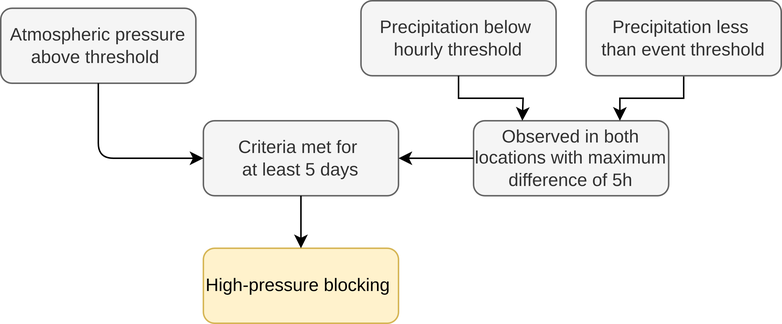
Earlier version of the draw.io export Figures/Figure2.png (FredrikBergelv/Relation-Between-High-Pressure-Blocking-and-Aerosol-Concentrations-in-Southern-Sweden). Source tidied: cells renumbered, new cells last; positions are measured from the earlier drawing's top-left corner, leaving out a move shared by most shapes. Source of this version:
```xml
<mxGraphModel>
  <root>
    <mxCell id="0" />
    <mxCell id="1" parent="0" />
    <mxCell id="2" value="&lt;font&gt;Atmospheric pressure above threshold&amp;nbsp;&lt;/font&gt;" style="rounded=1;whiteSpace=wrap;html=1;fillColor=#f5f5f5;fontColor=#333333;strokeColor=#666666;fontFamily=Arial;fontSource=https%3A%2F%2Ffonts.googleapis.com%2Fcss%3Ffamily%3DArial;" parent="1" vertex="1">
      <mxGeometry y="5" width="130" height="50" as="geometry" />
    </mxCell>
    <mxCell id="3" value="&lt;font&gt;Criteria met&amp;nbsp;&lt;/font&gt;&lt;span style=&quot;background-color: transparent; color: light-dark(rgb(51, 51, 51), rgb(193, 193, 193));&quot;&gt;for&amp;nbsp;&lt;/span&gt;&lt;div&gt;&lt;span style=&quot;background-color: transparent; color: light-dark(rgb(51, 51, 51), rgb(193, 193, 193));&quot;&gt;at least 5 days&lt;/span&gt;&lt;/div&gt;" style="rounded=1;whiteSpace=wrap;html=1;fillColor=#f5f5f5;fontColor=#333333;strokeColor=#666666;fontFamily=Arial;fontSource=https%3A%2F%2Ffonts.googleapis.com%2Fcss%3Ffamily%3DArial;" parent="1" vertex="1">
      <mxGeometry x="135" y="80" width="130" height="50" as="geometry" />
    </mxCell>
    <mxCell id="4" value="&lt;font&gt;Precipitation&amp;nbsp;&lt;/font&gt;&lt;span style=&quot;background-color: transparent; color: light-dark(rgb(51, 51, 51), rgb(193, 193, 193));&quot;&gt;below&amp;nbsp;&lt;/span&gt;&lt;div&gt;&lt;font&gt;hourly threshold&lt;/font&gt;&lt;/div&gt;" style="rounded=1;whiteSpace=wrap;html=1;fillColor=#f5f5f5;fontColor=#333333;strokeColor=#666666;fontFamily=Arial;fontSource=https%3A%2F%2Ffonts.googleapis.com%2Fcss%3Ffamily%3DArial;" parent="1" vertex="1">
      <mxGeometry x="240" width="130" height="50" as="geometry" />
    </mxCell>
    <mxCell id="5" value="&lt;font&gt;Observed in both locations with maximum difference of 5h&lt;/font&gt;" style="rounded=1;whiteSpace=wrap;html=1;fillColor=#f5f5f5;fontColor=#333333;strokeColor=#666666;fontFamily=Arial;fontSource=https%3A%2F%2Ffonts.googleapis.com%2Fcss%3Ffamily%3DArial;" parent="1" vertex="1">
      <mxGeometry x="315" y="80" width="130" height="50" as="geometry" />
    </mxCell>
    <mxCell id="6" value="&lt;font&gt;High-pressure blocking&amp;nbsp;&lt;/font&gt;" style="rounded=1;whiteSpace=wrap;html=1;fillColor=#fff2cc;strokeColor=#d6b656;fontFamily=Arial;fontSource=https%3A%2F%2Ffonts.googleapis.com%2Fcss%3Ffamily%3DArial;" parent="1" vertex="1">
      <mxGeometry x="135" y="165" width="130" height="50" as="geometry" />
    </mxCell>
    <mxCell id="7" style="endArrow=classic;html=1;rounded=0;exitX=0.5;exitY=1;exitDx=0;exitDy=0;entryX=0.5;entryY=0;entryDx=0;entryDy=0;fontFamily=Arial;fontSource=https%3A%2F%2Ffonts.googleapis.com%2Fcss%3Ffamily%3DArial;" parent="1" edge="1" source="3" target="6">
      <mxGeometry relative="1" as="geometry" />
    </mxCell>
    <mxCell id="8" style="endArrow=classic;html=1;rounded=0;exitX=0.5;exitY=1;exitDx=0;exitDy=0;entryX=0.25;entryY=0;entryDx=0;entryDy=0;fontFamily=Arial;fontSource=https%3A%2F%2Ffonts.googleapis.com%2Fcss%3Ffamily%3DArial;" parent="1" edge="1" source="4" target="5">
      <mxGeometry relative="1" as="geometry">
        <Array as="points">
          <mxPoint x="305" y="65" />
          <mxPoint x="348" y="65" />
        </Array>
      </mxGeometry>
    </mxCell>
    <mxCell id="9" style="endArrow=classic;html=1;rounded=1;exitX=0.5;exitY=1;exitDx=0;exitDy=0;entryX=0;entryY=0.5;entryDx=0;entryDy=0;curved=0;fontFamily=Arial;fontSource=https%3A%2F%2Ffonts.googleapis.com%2Fcss%3Ffamily%3DArial;" parent="1" edge="1" source="2" target="3">
      <mxGeometry relative="1" as="geometry">
        <Array as="points">
          <mxPoint x="65" y="105" />
        </Array>
      </mxGeometry>
    </mxCell>
    <mxCell id="10" style="endArrow=classic;html=1;rounded=1;exitX=0;exitY=0.5;exitDx=0;exitDy=0;curved=0;entryX=1;entryY=0.5;entryDx=0;entryDy=0;fontFamily=Arial;fontSource=https%3A%2F%2Ffonts.googleapis.com%2Fcss%3Ffamily%3DArial;" parent="1" edge="1" source="5" target="3">
      <mxGeometry relative="1" as="geometry" />
    </mxCell>
    <mxCell id="11" style="edgeStyle=orthogonalEdgeStyle;rounded=0;jettySize=auto;html=1;entryX=0.75;entryY=0;entryDx=0;entryDy=0;fontFamily=Arial;fontSource=https%3A%2F%2Ffonts.googleapis.com%2Fcss%3Ffamily%3DArial;" parent="1" edge="1" source="12" target="5">
      <mxGeometry relative="1" as="geometry">
        <Array as="points">
          <mxPoint x="455" y="65" />
          <mxPoint x="412" y="65" />
        </Array>
      </mxGeometry>
    </mxCell>
    <mxCell id="12" value="&lt;font&gt;Precipitation&amp;nbsp;&lt;/font&gt;&lt;span style=&quot;background-color: transparent; color: light-dark(rgb(51, 51, 51), rgb(193, 193, 193));&quot;&gt;less&amp;nbsp;&lt;/span&gt;&lt;div&gt;&lt;span style=&quot;background-color: transparent; color: light-dark(rgb(51, 51, 51), rgb(193, 193, 193));&quot;&gt;than &lt;/span&gt;&lt;font style=&quot;background-color: transparent; color: light-dark(rgb(51, 51, 51), rgb(193, 193, 193));&quot;&gt;event threshold&lt;/font&gt;&lt;/div&gt;" style="rounded=1;whiteSpace=wrap;html=1;fillColor=#f5f5f5;fontColor=#333333;strokeColor=#666666;fontFamily=Arial;fontSource=https%3A%2F%2Ffonts.googleapis.com%2Fcss%3Ffamily%3DArial;" parent="1" vertex="1">
      <mxGeometry x="390" width="130" height="50" as="geometry" />
    </mxCell>
  </root>
</mxGraphModel>
```
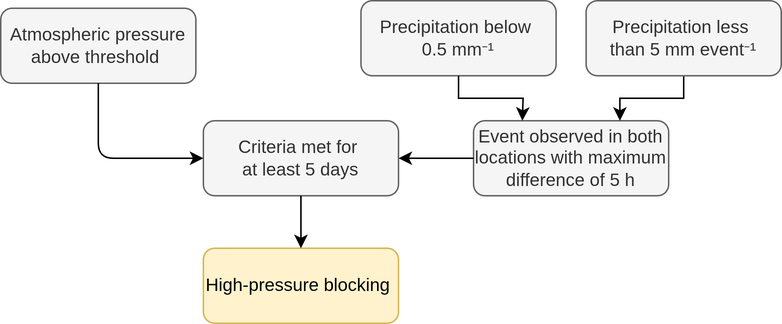
Above is the later version.

Diff of the diagram source:
```diff
@@ -8,26 +8,26 @@
     <mxCell id="3" value="&lt;font&gt;Criteria met&amp;nbsp;&lt;/font&gt;&lt;span style=&quot;background-color: transparent; color: light-dark(rgb(51, 51, 51), rgb(193, 193, 193));&quot;&gt;for&amp;nbsp;&lt;/span&gt;&lt;div&gt;&lt;span style=&quot;background-color: transparent; color: light-dark(rgb(51, 51, 51), rgb(193, 193, 193));&quot;&gt;at least 5 days&lt;/span&gt;&lt;/div&gt;" style="rounded=1;whiteSpace=wrap;html=1;fillColor=#f5f5f5;fontColor=#333333;strokeColor=#666666;fontFamily=Arial;fontSource=https%3A%2F%2Ffonts.googleapis.com%2Fcss%3Ffamily%3DArial;" parent="1" vertex="1">
       <mxGeometry x="135" y="80" width="130" height="50" as="geometry" />
     </mxCell>
-    <mxCell id="4" value="&lt;font&gt;Precipitation&amp;nbsp;&lt;/font&gt;&lt;span style=&quot;background-color: transparent; color: light-dark(rgb(51, 51, 51), rgb(193, 193, 193));&quot;&gt;below&amp;nbsp;&lt;/span&gt;&lt;div&gt;&lt;font&gt;hourly threshold&lt;/font&gt;&lt;/div&gt;" style="rounded=1;whiteSpace=wrap;html=1;fillColor=#f5f5f5;fontColor=#333333;strokeColor=#666666;fontFamily=Arial;fontSource=https%3A%2F%2Ffonts.googleapis.com%2Fcss%3Ffamily%3DArial;" parent="1" vertex="1">
-      <mxGeometry x="240" width="130" height="50" as="geometry" />
-    </mxCell>
-    <mxCell id="5" value="&lt;font&gt;Observed in both locations with maximum difference of 5h&lt;/font&gt;" style="rounded=1;whiteSpace=wrap;html=1;fillColor=#f5f5f5;fontColor=#333333;strokeColor=#666666;fontFamily=Arial;fontSource=https%3A%2F%2Ffonts.googleapis.com%2Fcss%3Ffamily%3DArial;" parent="1" vertex="1">
-      <mxGeometry x="315" y="80" width="130" height="50" as="geometry" />
-    </mxCell>
+    <mxCell id="13" value="&lt;font&gt;Precipitation&amp;nbsp;&lt;/font&gt;&lt;span style=&quot;background-color: transparent; color: light-dark(rgb(51, 51, 51), rgb(193, 193, 193));&quot;&gt;below&amp;nbsp;&lt;/span&gt;&lt;div&gt;&lt;font&gt;0.5 mm⁻¹&lt;/font&gt;&lt;/div&gt;" style="rounded=1;whiteSpace=wrap;html=1;fillColor=#f5f5f5;fontColor=#333333;strokeColor=#666666;fontFamily=Arial;fontSource=https%3A%2F%2Ffonts.googleapis.com%2Fcss%3Ffamily%3DArial;" parent="1" vertex="1">
+      <mxGeometry x="240" width="130" height="50" as="geometry" />
+    </mxCell>
+    <mxCell id="14" value="&lt;font&gt;Event observed in both locations with maximum difference of 5 h&lt;/font&gt;" style="rounded=1;whiteSpace=wrap;html=1;fillColor=#f5f5f5;fontColor=#333333;strokeColor=#666666;fontFamily=Arial;fontSource=https%3A%2F%2Ffonts.googleapis.com%2Fcss%3Ffamily%3DArial;" parent="1" vertex="1">
+      <mxGeometry x="315" y="80" width="130" height="50" as="geometry" />
+    </mxCell>
     <mxCell id="6" value="&lt;font&gt;High-pressure blocking&amp;nbsp;&lt;/font&gt;" style="rounded=1;whiteSpace=wrap;html=1;fillColor=#fff2cc;strokeColor=#d6b656;fontFamily=Arial;fontSource=https%3A%2F%2Ffonts.googleapis.com%2Fcss%3Ffamily%3DArial;" parent="1" vertex="1">
       <mxGeometry x="135" y="165" width="130" height="50" as="geometry" />
     </mxCell>
     <mxCell id="7" style="endArrow=classic;html=1;rounded=0;exitX=0.5;exitY=1;exitDx=0;exitDy=0;entryX=0.5;entryY=0;entryDx=0;entryDy=0;fontFamily=Arial;fontSource=https%3A%2F%2Ffonts.googleapis.com%2Fcss%3Ffamily%3DArial;" parent="1" edge="1" source="3" target="6">
       <mxGeometry relative="1" as="geometry" />
     </mxCell>
-    <mxCell id="8" style="endArrow=classic;html=1;rounded=0;exitX=0.5;exitY=1;exitDx=0;exitDy=0;entryX=0.25;entryY=0;entryDx=0;entryDy=0;fontFamily=Arial;fontSource=https%3A%2F%2Ffonts.googleapis.com%2Fcss%3Ffamily%3DArial;" parent="1" edge="1" source="4" target="5">
-      <mxGeometry relative="1" as="geometry">
-        <Array as="points">
-          <mxPoint x="305" y="65" />
-          <mxPoint x="348" y="65" />
-        </Array>
-      </mxGeometry>
-    </mxCell>
+    <mxCell id="15" style="endArrow=classic;html=1;rounded=0;exitX=0.5;exitY=1;exitDx=0;exitDy=0;entryX=0.25;entryY=0;entryDx=0;entryDy=0;fontFamily=Arial;fontSource=https%3A%2F%2Ffonts.googleapis.com%2Fcss%3Ffamily%3DArial;" parent="1" edge="1" source="13" target="14">
+      <mxGeometry relative="1" as="geometry">
+        <Array as="points">
+          <mxPoint x="305" y="65" />
+          <mxPoint x="348" y="65" />
+        </Array>
+      </mxGeometry>
+    </mxCell>
     <mxCell id="9" style="endArrow=classic;html=1;rounded=1;exitX=0.5;exitY=1;exitDx=0;exitDy=0;entryX=0;entryY=0.5;entryDx=0;entryDy=0;curved=0;fontFamily=Arial;fontSource=https%3A%2F%2Ffonts.googleapis.com%2Fcss%3Ffamily%3DArial;" parent="1" edge="1" source="2" target="3">
       <mxGeometry relative="1" as="geometry">
         <Array as="points">
@@ -35,19 +35,19 @@
         </Array>
       </mxGeometry>
     </mxCell>
-    <mxCell id="10" style="endArrow=classic;html=1;rounded=1;exitX=0;exitY=0.5;exitDx=0;exitDy=0;curved=0;entryX=1;entryY=0.5;entryDx=0;entryDy=0;fontFamily=Arial;fontSource=https%3A%2F%2Ffonts.googleapis.com%2Fcss%3Ffamily%3DArial;" parent="1" edge="1" source="5" target="3">
-      <mxGeometry relative="1" as="geometry" />
-    </mxCell>
-    <mxCell id="11" style="edgeStyle=orthogonalEdgeStyle;rounded=0;jettySize=auto;html=1;entryX=0.75;entryY=0;entryDx=0;entryDy=0;fontFamily=Arial;fontSource=https%3A%2F%2Ffonts.googleapis.com%2Fcss%3Ffamily%3DArial;" parent="1" edge="1" source="12" target="5">
-      <mxGeometry relative="1" as="geometry">
-        <Array as="points">
-          <mxPoint x="455" y="65" />
-          <mxPoint x="412" y="65" />
-        </Array>
-      </mxGeometry>
-    </mxCell>
-    <mxCell id="12" value="&lt;font&gt;Precipitation&amp;nbsp;&lt;/font&gt;&lt;span style=&quot;background-color: transparent; color: light-dark(rgb(51, 51, 51), rgb(193, 193, 193));&quot;&gt;less&amp;nbsp;&lt;/span&gt;&lt;div&gt;&lt;span style=&quot;background-color: transparent; color: light-dark(rgb(51, 51, 51), rgb(193, 193, 193));&quot;&gt;than &lt;/span&gt;&lt;font style=&quot;background-color: transparent; color: light-dark(rgb(51, 51, 51), rgb(193, 193, 193));&quot;&gt;event threshold&lt;/font&gt;&lt;/div&gt;" style="rounded=1;whiteSpace=wrap;html=1;fillColor=#f5f5f5;fontColor=#333333;strokeColor=#666666;fontFamily=Arial;fontSource=https%3A%2F%2Ffonts.googleapis.com%2Fcss%3Ffamily%3DArial;" parent="1" vertex="1">
-      <mxGeometry x="390" width="130" height="50" as="geometry" />
-    </mxCell>
+    <mxCell id="16" style="endArrow=classic;html=1;rounded=1;exitX=0;exitY=0.5;exitDx=0;exitDy=0;curved=0;entryX=1;entryY=0.5;entryDx=0;entryDy=0;fontFamily=Arial;fontSource=https%3A%2F%2Ffonts.googleapis.com%2Fcss%3Ffamily%3DArial;" parent="1" edge="1" source="14" target="3">
+      <mxGeometry relative="1" as="geometry" />
+    </mxCell>
+    <mxCell id="17" style="edgeStyle=orthogonalEdgeStyle;rounded=0;jettySize=auto;html=1;entryX=0.75;entryY=0;entryDx=0;entryDy=0;fontFamily=Arial;fontSource=https%3A%2F%2Ffonts.googleapis.com%2Fcss%3Ffamily%3DArial;" parent="1" edge="1" source="18" target="14">
+      <mxGeometry relative="1" as="geometry">
+        <Array as="points">
+          <mxPoint x="455" y="65" />
+          <mxPoint x="412" y="65" />
+        </Array>
+      </mxGeometry>
+    </mxCell>
+    <mxCell id="18" value="&lt;font&gt;Precipitation&amp;nbsp;&lt;/font&gt;&lt;span style=&quot;background-color: transparent; color: light-dark(rgb(51, 51, 51), rgb(193, 193, 193));&quot;&gt;less&amp;nbsp;&lt;/span&gt;&lt;div&gt;&lt;span style=&quot;background-color: transparent; color: light-dark(rgb(51, 51, 51), rgb(193, 193, 193));&quot;&gt;than 5 mm&amp;nbsp;&lt;/span&gt;&lt;font style=&quot;background-color: transparent; color: light-dark(rgb(51, 51, 51), rgb(193, 193, 193));&quot;&gt;event⁻¹&lt;/font&gt;&lt;/div&gt;" style="rounded=1;whiteSpace=wrap;html=1;fillColor=#f5f5f5;fontColor=#333333;strokeColor=#666666;fontFamily=Arial;fontSource=https%3A%2F%2Ffonts.googleapis.com%2Fcss%3Ffamily%3DArial;" parent="1" vertex="1">
+      <mxGeometry x="390" width="130" height="50" as="geometry" />
+    </mxCell>
   </root>
 </mxGraphModel>
```
